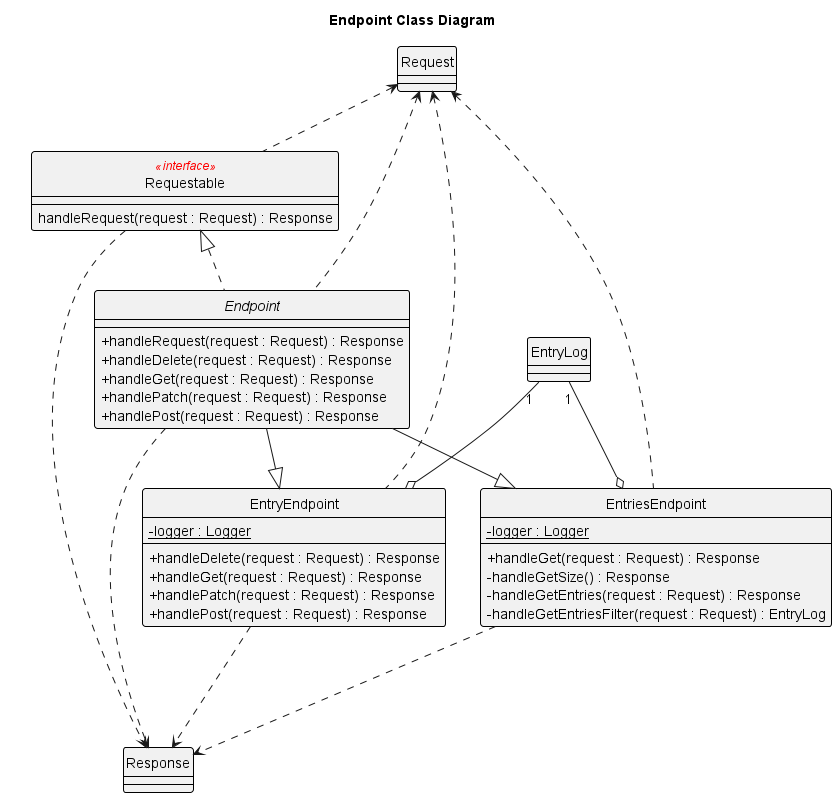
The PlantUML diagram docs/static/backend/endpoint/EndpointClassDiagram.png in nus-cs2113-AY2223S2/tp, before a commit.
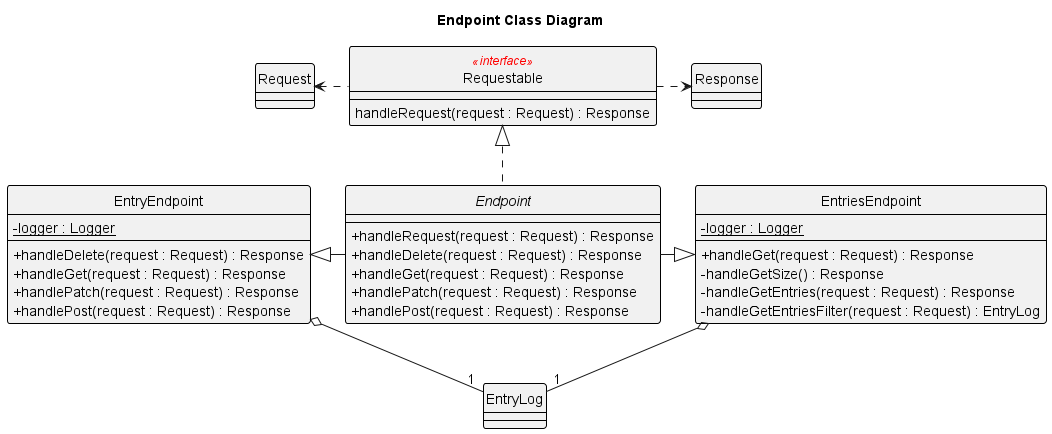
The same diagram one commit later.

The edit, as a diff of the source:
```diff
@@ -1,5 +1,5 @@
 @startuml
-!include ../Style.puml
+!include ../../Style.puml
 
 title Endpoint Class Diagram
 
@@ -11,20 +11,13 @@
 class EntriesEndpoint
 class EntryLog
 
-Request <.. Endpoint
-Request <.. EntryEndpoint
-Request <.. EntriesEndpoint
-Request <.. Requestable
-
 Requestable <|.. Endpoint
-Endpoint --|> EntryEndpoint
-Endpoint --|> EntriesEndpoint
-EntryLog "1" --o EntryEndpoint
-EntryLog "1" --o EntriesEndpoint
-Endpoint ...> Response
-EntryEndpoint ...> Response
-EntriesEndpoint ...> Response
-Requestable ...> Response
+Requestable .left.> Request
+Requestable .right.> Response
+Endpoint -left-|> EntryEndpoint
+Endpoint -right-|> EntriesEndpoint
+EntryEndpoint o-- "1" EntryLog
+EntriesEndpoint o-- "1" EntryLog
 
 abstract class Endpoint {
 + handleRequest(request : Request) : Response
```
